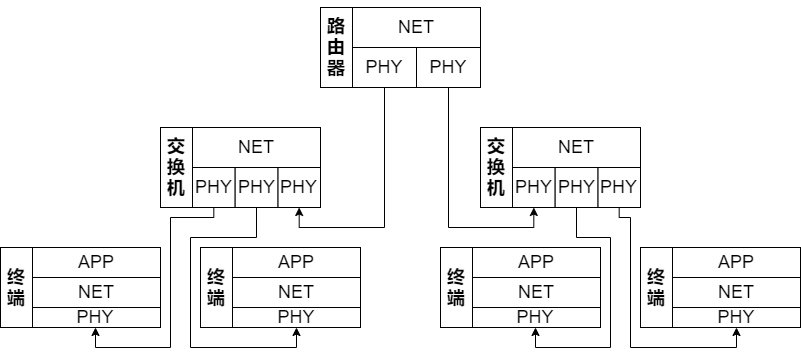
Above: Project1-MinNE/design/NetStructure.png in mrcaidev/computer-network-and-communication-technology (draw.io), before the change. Source tidied: cells renumbered, new cells last; positions are measured from the earlier drawing's top-left corner, leaving out a move shared by most shapes.
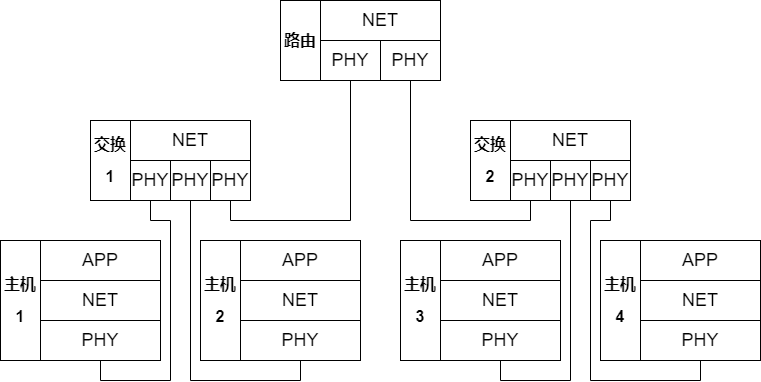
The same diagram one commit later.

Commit message:
:pencil: 更新网络拓扑图

The edit, as a diff of the source:
```diff
@@ -2,172 +2,163 @@
   <root>
     <mxCell id="0" />
     <mxCell id="1" parent="0" />
-    <mxCell id="2" style="group;" parent="1" vertex="1">
-      <mxGeometry x="320" width="160" height="80" as="geometry" />
-    </mxCell>
-    <mxCell id="3" value="&lt;font style=&quot;font-size: 18px&quot;&gt;NET&lt;/font&gt;" style="rounded=0;whiteSpace=wrap;html=1;" parent="2" vertex="1">
-      <mxGeometry x="32" width="128" height="40" as="geometry" />
-    </mxCell>
-    <mxCell id="4" value="&lt;font style=&quot;font-size: 18px&quot;&gt;PHY&lt;/font&gt;" style="rounded=0;whiteSpace=wrap;html=1;" parent="2" vertex="1">
-      <mxGeometry x="32" y="40" width="64" height="40" as="geometry" />
-    </mxCell>
-    <mxCell id="5" value="&lt;font style=&quot;font-size: 18px&quot;&gt;PHY&lt;/font&gt;" style="rounded=0;whiteSpace=wrap;html=1;" parent="2" vertex="1">
-      <mxGeometry x="96" y="40" width="64" height="40" as="geometry" />
-    </mxCell>
-    <mxCell id="6" value="&lt;h2 style=&quot;line-height: 1.2&quot;&gt;路由器&lt;/h2&gt;" style="rounded=0;whiteSpace=wrap;html=1;horizontal=1;verticalAlign=middle;" parent="2" vertex="1">
-      <mxGeometry width="32" height="80" as="geometry" />
-    </mxCell>
-    <mxCell id="7" style="group;" parent="1" vertex="1">
-      <mxGeometry x="160" y="120" width="160" height="80" as="geometry" />
-    </mxCell>
-    <mxCell id="8" value="&lt;font style=&quot;font-size: 18px&quot;&gt;NET&lt;/font&gt;" style="rounded=0;whiteSpace=wrap;html=1;" parent="7" vertex="1">
-      <mxGeometry x="32" width="128" height="40" as="geometry" />
-    </mxCell>
-    <mxCell id="9" value="&lt;font style=&quot;font-size: 18px&quot;&gt;PHY&lt;/font&gt;" style="rounded=0;whiteSpace=wrap;html=1;" parent="7" vertex="1">
-      <mxGeometry x="32" y="40" width="42.7" height="40" as="geometry" />
-    </mxCell>
-    <mxCell id="10" value="&lt;font style=&quot;font-size: 18px&quot;&gt;PHY&lt;/font&gt;" style="rounded=0;whiteSpace=wrap;html=1;" parent="7" vertex="1">
-      <mxGeometry x="117.3" y="40" width="42.7" height="40" as="geometry" />
-    </mxCell>
-    <mxCell id="11" value="&lt;h2 style=&quot;line-height: 1.2&quot;&gt;交换机&lt;/h2&gt;" style="rounded=0;whiteSpace=wrap;html=1;horizontal=1;verticalAlign=middle;" parent="7" vertex="1">
-      <mxGeometry width="32" height="80" as="geometry" />
-    </mxCell>
-    <mxCell id="12" value="&lt;font style=&quot;font-size: 18px&quot;&gt;PHY&lt;/font&gt;" style="rounded=0;whiteSpace=wrap;html=1;" parent="7" vertex="1">
-      <mxGeometry x="74.7" y="40" width="42.7" height="40" as="geometry" />
-    </mxCell>
-    <mxCell id="13" style="group;" parent="1" vertex="1">
-      <mxGeometry y="240" width="160" height="80" as="geometry" />
-    </mxCell>
+    <mxCell id="45" style="group;" parent="1" vertex="1">
+      <mxGeometry y="480" width="160" height="120" as="geometry" />
+    </mxCell>
-    <mxCell id="14" value="&lt;font style=&quot;font-size: 18px&quot;&gt;APP&lt;br&gt;&lt;/font&gt;" style="rounded=0;whiteSpace=wrap;html=1;" parent="13" vertex="1">
-      <mxGeometry x="32" width="128" height="30" as="geometry" />
+    <mxCell id="14" value="&lt;font style=&quot;font-size: 18px&quot;&gt;APP&lt;br&gt;&lt;/font&gt;" style="rounded=0;whiteSpace=wrap;html=1;" parent="45" vertex="1">
+      <mxGeometry x="40" width="120" height="40" as="geometry" />
     </mxCell>
-    <mxCell id="15" value="&lt;font style=&quot;font-size: 18px&quot;&gt;PHY&lt;/font&gt;" style="rounded=0;whiteSpace=wrap;html=1;" parent="13" vertex="1">
-      <mxGeometry x="30" y="60" width="130" height="20" as="geometry" />
+    <mxCell id="15" value="&lt;font style=&quot;font-size: 18px&quot;&gt;PHY&lt;/font&gt;" style="rounded=0;whiteSpace=wrap;html=1;" parent="45" vertex="1">
+      <mxGeometry x="40" y="80" width="120" height="40" as="geometry" />
     </mxCell>
-    <mxCell id="16" value="&lt;h2 style=&quot;line-height: 1.2&quot;&gt;终端&lt;/h2&gt;" style="rounded=0;whiteSpace=wrap;html=1;horizontal=1;verticalAlign=middle;" parent="13" vertex="1">
-      <mxGeometry width="32" height="80" as="geometry" />
+    <mxCell id="16" value="&lt;h2 style=&quot;line-height: 1.2 ; font-size: 16px&quot;&gt;主机&lt;/h2&gt;&lt;h2 style=&quot;line-height: 1.2 ; font-size: 16px&quot;&gt;&lt;b&gt;1&lt;/b&gt;&lt;/h2&gt;" style="rounded=0;whiteSpace=wrap;html=1;horizontal=1;verticalAlign=middle;" parent="45" vertex="1">
+      <mxGeometry width="40" height="120" as="geometry" />
     </mxCell>
-    <mxCell id="17" value="NET" style="rounded=0;whiteSpace=wrap;html=1;fontFamily=Helvetica;fontSize=18;gradientColor=none;verticalAlign=middle;" parent="13" vertex="1">
-      <mxGeometry x="32" y="30" width="128" height="30" as="geometry" />
+    <mxCell id="17" value="NET" style="rounded=0;whiteSpace=wrap;html=1;fontFamily=Helvetica;fontSize=18;gradientColor=none;verticalAlign=middle;" parent="45" vertex="1">
+      <mxGeometry x="40" y="40" width="120" height="40" as="geometry" />
     </mxCell>
-    <mxCell id="18" style="group;" parent="1" vertex="1">
-      <mxGeometry x="640" y="240" width="160" height="80" as="geometry" />
-    </mxCell>
-    <mxCell id="19" value="&lt;font style=&quot;font-size: 18px&quot;&gt;APP&lt;br&gt;&lt;/font&gt;" style="rounded=0;whiteSpace=wrap;html=1;" parent="18" vertex="1">
-      <mxGeometry x="32" width="128" height="30" as="geometry" />
-    </mxCell>
-    <mxCell id="20" value="&lt;font style=&quot;font-size: 18px&quot;&gt;PHY&lt;/font&gt;" style="rounded=0;whiteSpace=wrap;html=1;" parent="18" vertex="1">
-      <mxGeometry x="32" y="60" width="128" height="20" as="geometry" />
-    </mxCell>
-    <mxCell id="21" value="&lt;h2 style=&quot;line-height: 1.2&quot;&gt;终端&lt;/h2&gt;" style="rounded=0;whiteSpace=wrap;html=1;horizontal=1;verticalAlign=middle;" parent="18" vertex="1">
-      <mxGeometry width="32" height="80" as="geometry" />
-    </mxCell>
-    <mxCell id="22" value="NET" style="rounded=0;whiteSpace=wrap;html=1;fontFamily=Helvetica;fontSize=18;gradientColor=none;verticalAlign=middle;" parent="18" vertex="1">
-      <mxGeometry x="32" y="30" width="128" height="30" as="geometry" />
-    </mxCell>
-    <mxCell id="23" style="group;" parent="1" vertex="1">
-      <mxGeometry x="440" y="240" width="160" height="80" as="geometry" />
-    </mxCell>
-    <mxCell id="24" value="&lt;font style=&quot;font-size: 18px&quot;&gt;APP&lt;br&gt;&lt;/font&gt;" style="rounded=0;whiteSpace=wrap;html=1;" parent="23" vertex="1">
-      <mxGeometry x="32" width="128" height="30" as="geometry" />
-    </mxCell>
-    <mxCell id="25" value="&lt;font style=&quot;font-size: 18px&quot;&gt;PHY&lt;/font&gt;" style="rounded=0;whiteSpace=wrap;html=1;" parent="23" vertex="1">
-      <mxGeometry x="30" y="60" width="130" height="20" as="geometry" />
-    </mxCell>
-    <mxCell id="26" value="&lt;h2 style=&quot;line-height: 1.2&quot;&gt;终端&lt;/h2&gt;" style="rounded=0;whiteSpace=wrap;html=1;horizontal=1;verticalAlign=middle;" parent="23" vertex="1">
-      <mxGeometry width="32" height="80" as="geometry" />
-    </mxCell>
-    <mxCell id="27" value="NET" style="rounded=0;whiteSpace=wrap;html=1;fontFamily=Helvetica;fontSize=18;gradientColor=none;verticalAlign=middle;" parent="23" vertex="1">
-      <mxGeometry x="32" y="30" width="128" height="30" as="geometry" />
-    </mxCell>
-    <mxCell id="28" style="group;" parent="1" vertex="1">
-      <mxGeometry x="200" y="240" width="160" height="80" as="geometry" />
-    </mxCell>
-    <mxCell id="29" value="&lt;font style=&quot;font-size: 18px&quot;&gt;APP&lt;br&gt;&lt;/font&gt;" style="rounded=0;whiteSpace=wrap;html=1;" parent="28" vertex="1">
-      <mxGeometry x="32" width="128" height="30" as="geometry" />
-    </mxCell>
-    <mxCell id="30" value="&lt;font style=&quot;font-size: 18px&quot;&gt;PHY&lt;/font&gt;" style="rounded=0;whiteSpace=wrap;html=1;" parent="28" vertex="1">
-      <mxGeometry x="32" y="60" width="128" height="20" as="geometry" />
-    </mxCell>
-    <mxCell id="31" value="&lt;h2 style=&quot;line-height: 1.2&quot;&gt;终端&lt;/h2&gt;" style="rounded=0;whiteSpace=wrap;html=1;horizontal=1;verticalAlign=middle;" parent="28" vertex="1">
-      <mxGeometry width="32" height="80" as="geometry" />
-    </mxCell>
-    <mxCell id="32" value="NET" style="rounded=0;whiteSpace=wrap;html=1;fontFamily=Helvetica;fontSize=18;gradientColor=none;verticalAlign=middle;" parent="28" vertex="1">
-      <mxGeometry x="32" y="30" width="128" height="30" as="geometry" />
-    </mxCell>
-    <mxCell id="33" style="group;" parent="1" vertex="1">
-      <mxGeometry x="480" y="120" width="160" height="80" as="geometry" />
-    </mxCell>
-    <mxCell id="34" value="&lt;font style=&quot;font-size: 18px&quot;&gt;NET&lt;/font&gt;" style="rounded=0;whiteSpace=wrap;html=1;" parent="33" vertex="1">
-      <mxGeometry x="32" width="128" height="40" as="geometry" />
-    </mxCell>
-    <mxCell id="35" value="&lt;font style=&quot;font-size: 18px&quot;&gt;PHY&lt;/font&gt;" style="rounded=0;whiteSpace=wrap;html=1;" parent="33" vertex="1">
-      <mxGeometry x="32" y="40" width="42.7" height="40" as="geometry" />
-    </mxCell>
-    <mxCell id="36" value="&lt;font style=&quot;font-size: 18px&quot;&gt;PHY&lt;/font&gt;" style="rounded=0;whiteSpace=wrap;html=1;" parent="33" vertex="1">
-      <mxGeometry x="117.3" y="40" width="42.7" height="40" as="geometry" />
-    </mxCell>
-    <mxCell id="37" value="&lt;h2 style=&quot;line-height: 1.2&quot;&gt;交换机&lt;/h2&gt;" style="rounded=0;whiteSpace=wrap;html=1;horizontal=1;verticalAlign=middle;" parent="33" vertex="1">
-      <mxGeometry width="32" height="80" as="geometry" />
-    </mxCell>
-    <mxCell id="38" value="&lt;font style=&quot;font-size: 18px&quot;&gt;PHY&lt;/font&gt;" style="rounded=0;whiteSpace=wrap;html=1;" parent="33" vertex="1">
-      <mxGeometry x="74.7" y="40" width="42.7" height="40" as="geometry" />
-    </mxCell>
-    <mxCell id="39" style="edgeStyle=orthogonalEdgeStyle;rounded=0;jettySize=auto;html=1;exitX=0.5;exitY=1;exitDx=0;exitDy=0;entryX=0.5;entryY=1;entryDx=0;entryDy=0;fontFamily=Helvetica;fontSize=18;" parent="1" edge="1" source="4" target="10">
-      <mxGeometry relative="1" as="geometry">
-        <Array as="points">
-          <mxPoint x="384" y="220" />
-          <mxPoint x="299" y="220" />
-        </Array>
-      </mxGeometry>
-    </mxCell>
-    <mxCell id="40" style="edgeStyle=orthogonalEdgeStyle;rounded=0;jettySize=auto;html=1;exitX=0.5;exitY=1;exitDx=0;exitDy=0;entryX=0.5;entryY=1;entryDx=0;entryDy=0;fontFamily=Helvetica;fontSize=18;" parent="1" edge="1" source="5" target="35">
-      <mxGeometry relative="1" as="geometry">
-        <Array as="points">
-          <mxPoint x="448" y="220" />
-          <mxPoint x="533" y="220" />
-        </Array>
-      </mxGeometry>
-    </mxCell>
-    <mxCell id="41" style="edgeStyle=orthogonalEdgeStyle;rounded=0;jettySize=auto;html=1;exitX=0.5;exitY=1;exitDx=0;exitDy=0;entryX=0.5;entryY=1;entryDx=0;entryDy=0;fontFamily=Helvetica;fontSize=18;" parent="1" edge="1" source="36" target="20">
-      <mxGeometry relative="1" as="geometry">
-        <Array as="points">
-          <mxPoint x="619" y="210" />
-          <mxPoint x="630" y="210" />
-          <mxPoint x="630" y="340" />
-          <mxPoint x="736" y="340" />
-        </Array>
-      </mxGeometry>
-    </mxCell>
-    <mxCell id="42" style="edgeStyle=orthogonalEdgeStyle;rounded=0;jettySize=auto;html=1;exitX=0.5;exitY=1;exitDx=0;exitDy=0;entryX=0.5;entryY=1;entryDx=0;entryDy=0;fontFamily=Helvetica;fontSize=18;" parent="1" edge="1" source="38" target="25">
-      <mxGeometry relative="1" as="geometry">
-        <Array as="points">
-          <mxPoint x="576" y="230" />
-          <mxPoint x="610" y="230" />
-          <mxPoint x="610" y="340" />
-          <mxPoint x="535" y="340" />
-        </Array>
-      </mxGeometry>
-    </mxCell>
-    <mxCell id="43" style="edgeStyle=orthogonalEdgeStyle;rounded=0;jettySize=auto;html=1;exitX=0.5;exitY=1;exitDx=0;exitDy=0;entryX=0.5;entryY=1;entryDx=0;entryDy=0;fontFamily=Helvetica;fontSize=18;" parent="1" edge="1" source="12" target="30">
-      <mxGeometry relative="1" as="geometry">
-        <Array as="points">
-          <mxPoint x="256" y="230" />
-          <mxPoint x="190" y="230" />
-          <mxPoint x="190" y="340" />
-          <mxPoint x="296" y="340" />
-        </Array>
-      </mxGeometry>
-    </mxCell>
-    <mxCell id="44" style="edgeStyle=orthogonalEdgeStyle;rounded=0;jettySize=auto;html=1;exitX=0.5;exitY=1;exitDx=0;exitDy=0;entryX=0.5;entryY=1;entryDx=0;entryDy=0;fontFamily=Helvetica;fontSize=18;" parent="1" edge="1" source="9" target="15">
-      <mxGeometry relative="1" as="geometry">
-        <Array as="points">
-          <mxPoint x="213" y="210" />
-          <mxPoint x="170" y="210" />
-          <mxPoint x="170" y="340" />
-          <mxPoint x="95" y="340" />
-        </Array>
-      </mxGeometry>
-    </mxCell>
+    <mxCell id="46" style="group;" parent="1" vertex="1">
+      <mxGeometry x="200" y="480" width="160" height="120" as="geometry" />
+    </mxCell>
+    <mxCell id="47" value="&lt;font style=&quot;font-size: 18px&quot;&gt;APP&lt;br&gt;&lt;/font&gt;" style="rounded=0;whiteSpace=wrap;html=1;" parent="46" vertex="1">
+      <mxGeometry x="40" width="120" height="40" as="geometry" />
+    </mxCell>
+    <mxCell id="48" value="&lt;font style=&quot;font-size: 18px&quot;&gt;PHY&lt;/font&gt;" style="rounded=0;whiteSpace=wrap;html=1;" parent="46" vertex="1">
+      <mxGeometry x="40" y="80" width="120" height="40" as="geometry" />
+    </mxCell>
+    <mxCell id="49" value="&lt;h2 style=&quot;line-height: 1.2 ; font-size: 16px&quot;&gt;主机&lt;/h2&gt;&lt;h2 style=&quot;line-height: 1.2 ; font-size: 16px&quot;&gt;2&lt;/h2&gt;" style="rounded=0;whiteSpace=wrap;html=1;horizontal=1;verticalAlign=middle;" parent="46" vertex="1">
+      <mxGeometry width="40" height="120" as="geometry" />
+    </mxCell>
+    <mxCell id="50" value="NET" style="rounded=0;whiteSpace=wrap;html=1;fontFamily=Helvetica;fontSize=18;gradientColor=none;verticalAlign=middle;" parent="46" vertex="1">
+      <mxGeometry x="40" y="40" width="120" height="40" as="geometry" />
+    </mxCell>
+    <mxCell id="51" style="group;" parent="1" vertex="1">
+      <mxGeometry x="400" y="480" width="160" height="120" as="geometry" />
+    </mxCell>
+    <mxCell id="52" value="&lt;font style=&quot;font-size: 18px&quot;&gt;APP&lt;br&gt;&lt;/font&gt;" style="rounded=0;whiteSpace=wrap;html=1;" parent="51" vertex="1">
+      <mxGeometry x="40" width="120" height="40" as="geometry" />
+    </mxCell>
+    <mxCell id="53" value="&lt;font style=&quot;font-size: 18px&quot;&gt;PHY&lt;/font&gt;" style="rounded=0;whiteSpace=wrap;html=1;" parent="51" vertex="1">
+      <mxGeometry x="40" y="80" width="120" height="40" as="geometry" />
+    </mxCell>
+    <mxCell id="54" value="&lt;h2 style=&quot;line-height: 1.2 ; font-size: 16px&quot;&gt;主机&lt;/h2&gt;&lt;h2 style=&quot;line-height: 1.2 ; font-size: 16px&quot;&gt;3&lt;/h2&gt;" style="rounded=0;whiteSpace=wrap;html=1;horizontal=1;verticalAlign=middle;" parent="51" vertex="1">
+      <mxGeometry width="40" height="120" as="geometry" />
+    </mxCell>
+    <mxCell id="55" value="NET" style="rounded=0;whiteSpace=wrap;html=1;fontFamily=Helvetica;fontSize=18;gradientColor=none;verticalAlign=middle;" parent="51" vertex="1">
+      <mxGeometry x="40" y="40" width="120" height="40" as="geometry" />
+    </mxCell>
+    <mxCell id="56" style="group;" parent="1" vertex="1">
+      <mxGeometry x="600" y="480" width="160" height="120" as="geometry" />
+    </mxCell>
+    <mxCell id="57" value="&lt;font style=&quot;font-size: 18px&quot;&gt;APP&lt;br&gt;&lt;/font&gt;" style="rounded=0;whiteSpace=wrap;html=1;" parent="56" vertex="1">
+      <mxGeometry x="40" width="120" height="40" as="geometry" />
+    </mxCell>
+    <mxCell id="58" value="&lt;font style=&quot;font-size: 18px&quot;&gt;PHY&lt;/font&gt;" style="rounded=0;whiteSpace=wrap;html=1;" parent="56" vertex="1">
+      <mxGeometry x="40" y="80" width="120" height="40" as="geometry" />
+    </mxCell>
+    <mxCell id="59" value="&lt;h2 style=&quot;line-height: 1.2 ; font-size: 16px&quot;&gt;主机&lt;/h2&gt;&lt;h2 style=&quot;line-height: 1.2 ; font-size: 16px&quot;&gt;&lt;font style=&quot;font-size: 16px&quot;&gt;4&lt;/font&gt;&lt;/h2&gt;" style="rounded=0;whiteSpace=wrap;html=1;horizontal=1;verticalAlign=middle;" parent="56" vertex="1">
+      <mxGeometry width="40" height="120" as="geometry" />
+    </mxCell>
+    <mxCell id="60" value="NET" style="rounded=0;whiteSpace=wrap;html=1;fontFamily=Helvetica;fontSize=18;gradientColor=none;verticalAlign=middle;" parent="56" vertex="1">
+      <mxGeometry x="40" y="40" width="120" height="40" as="geometry" />
+    </mxCell>
+    <mxCell id="61" style="group;" parent="1" vertex="1">
+      <mxGeometry x="90" y="360" width="160" height="80" as="geometry" />
+    </mxCell>
+    <mxCell id="62" value="&lt;font style=&quot;font-size: 18px&quot;&gt;PHY&lt;/font&gt;" style="rounded=0;whiteSpace=wrap;html=1;" parent="61" vertex="1">
+      <mxGeometry x="40" y="40" width="40" height="40" as="geometry" />
+    </mxCell>
+    <mxCell id="63" value="&lt;p style=&quot;line-height: 100%&quot;&gt;&lt;/p&gt;&lt;h2 style=&quot;line-height: 1.2 ; font-size: 16px&quot;&gt;&lt;font style=&quot;font-size: 16px&quot;&gt;交&lt;/font&gt;换&lt;/h2&gt;&lt;h2 style=&quot;line-height: 1.2 ; font-size: 16px&quot;&gt;&lt;b&gt;1&lt;/b&gt;&lt;/h2&gt;&lt;p&gt;&lt;/p&gt;" style="rounded=0;whiteSpace=wrap;html=1;horizontal=1;verticalAlign=middle;" parent="61" vertex="1">
+      <mxGeometry width="40" height="80" as="geometry" />
+    </mxCell>
+    <mxCell id="64" value="NET" style="rounded=0;whiteSpace=wrap;html=1;fontFamily=Helvetica;fontSize=18;gradientColor=none;verticalAlign=middle;" parent="61" vertex="1">
+      <mxGeometry x="40" width="120" height="40" as="geometry" />
+    </mxCell>
+    <mxCell id="65" value="&lt;font style=&quot;font-size: 18px&quot;&gt;PHY&lt;/font&gt;" style="rounded=0;whiteSpace=wrap;html=1;" parent="61" vertex="1">
+      <mxGeometry x="120" y="40" width="40" height="40" as="geometry" />
+    </mxCell>
+    <mxCell id="66" value="&lt;font style=&quot;font-size: 18px&quot;&gt;PHY&lt;/font&gt;" style="rounded=0;whiteSpace=wrap;html=1;" parent="61" vertex="1">
+      <mxGeometry x="80" y="40" width="40" height="40" as="geometry" />
+    </mxCell>
+    <mxCell id="67" style="group;" parent="1" vertex="1">
+      <mxGeometry x="470" y="360" width="160" height="80" as="geometry" />
+    </mxCell>
+    <mxCell id="68" value="&lt;font style=&quot;font-size: 18px&quot;&gt;PHY&lt;/font&gt;" style="rounded=0;whiteSpace=wrap;html=1;" parent="67" vertex="1">
+      <mxGeometry x="80" y="40" width="40" height="40" as="geometry" />
+    </mxCell>
+    <mxCell id="69" value="&lt;p style=&quot;line-height: 100%&quot;&gt;&lt;/p&gt;&lt;h2 style=&quot;line-height: 1.2 ; font-size: 16px&quot;&gt;&lt;font style=&quot;font-size: 16px&quot;&gt;交&lt;/font&gt;换&lt;/h2&gt;&lt;h2 style=&quot;line-height: 1.2 ; font-size: 16px&quot;&gt;2&lt;/h2&gt;&lt;p&gt;&lt;/p&gt;" style="rounded=0;whiteSpace=wrap;html=1;horizontal=1;verticalAlign=middle;" parent="67" vertex="1">
+      <mxGeometry width="40" height="80" as="geometry" />
+    </mxCell>
+    <mxCell id="70" value="NET" style="rounded=0;whiteSpace=wrap;html=1;fontFamily=Helvetica;fontSize=18;gradientColor=none;verticalAlign=middle;" parent="67" vertex="1">
+      <mxGeometry x="40" width="120" height="40" as="geometry" />
+    </mxCell>
+    <mxCell id="71" value="&lt;font style=&quot;font-size: 18px&quot;&gt;PHY&lt;/font&gt;" style="rounded=0;whiteSpace=wrap;html=1;" parent="67" vertex="1">
+      <mxGeometry x="120" y="40" width="40" height="40" as="geometry" />
+    </mxCell>
+    <mxCell id="72" value="&lt;font style=&quot;font-size: 18px&quot;&gt;PHY&lt;/font&gt;" style="rounded=0;whiteSpace=wrap;html=1;" parent="67" vertex="1">
+      <mxGeometry x="40" y="40" width="40" height="40" as="geometry" />
+    </mxCell>
+    <mxCell id="73" style="group;" parent="1" vertex="1">
+      <mxGeometry x="280" y="240" width="160" height="80" as="geometry" />
+    </mxCell>
+    <mxCell id="74" value="&lt;font style=&quot;font-size: 18px&quot;&gt;PHY&lt;/font&gt;" style="rounded=0;whiteSpace=wrap;html=1;" parent="73" vertex="1">
+      <mxGeometry x="40" y="40" width="60" height="40" as="geometry" />
+    </mxCell>
+    <mxCell id="75" value="&lt;p style=&quot;line-height: 100%&quot;&gt;&lt;/p&gt;&lt;h2 style=&quot;line-height: 1.2 ; font-size: 16px&quot;&gt;路由&lt;/h2&gt;&lt;p&gt;&lt;/p&gt;" style="rounded=0;whiteSpace=wrap;html=1;horizontal=1;verticalAlign=middle;" parent="73" vertex="1">
+      <mxGeometry width="40" height="80" as="geometry" />
+    </mxCell>
+    <mxCell id="76" value="NET" style="rounded=0;whiteSpace=wrap;html=1;fontFamily=Helvetica;fontSize=18;gradientColor=none;verticalAlign=middle;" parent="73" vertex="1">
+      <mxGeometry x="40" width="120" height="40" as="geometry" />
+    </mxCell>
+    <mxCell id="77" value="&lt;font style=&quot;font-size: 18px&quot;&gt;PHY&lt;/font&gt;" style="rounded=0;whiteSpace=wrap;html=1;" parent="73" vertex="1">
+      <mxGeometry x="100" y="40" width="60" height="40" as="geometry" />
+    </mxCell>
+    <mxCell id="78" style="edgeStyle=orthogonalEdgeStyle;rounded=0;jettySize=auto;html=1;exitX=0.5;exitY=1;exitDx=0;exitDy=0;entryX=0.5;entryY=1;entryDx=0;entryDy=0;endArrow=none;endFill=0;" parent="1" edge="1" source="62" target="15">
+      <mxGeometry relative="1" as="geometry">
+        <Array as="points">
+          <mxPoint x="150" y="460" />
+          <mxPoint x="170" y="460" />
+          <mxPoint x="170" y="620" />
+          <mxPoint x="100" y="620" />
+        </Array>
+      </mxGeometry>
+    </mxCell>
+    <mxCell id="79" style="edgeStyle=orthogonalEdgeStyle;rounded=0;jettySize=auto;html=1;exitX=0.5;exitY=1;exitDx=0;exitDy=0;entryX=0.5;entryY=1;entryDx=0;entryDy=0;endArrow=none;endFill=0;" parent="1" edge="1" source="68" target="53">
+      <mxGeometry relative="1" as="geometry">
+        <Array as="points">
+          <mxPoint x="570" y="620" />
+          <mxPoint x="500" y="620" />
+        </Array>
+      </mxGeometry>
+    </mxCell>
+    <mxCell id="80" style="edgeStyle=orthogonalEdgeStyle;rounded=0;jettySize=auto;html=1;exitX=0.5;exitY=1;exitDx=0;exitDy=0;entryX=0.5;entryY=1;entryDx=0;entryDy=0;endArrow=none;endFill=0;" parent="1" edge="1" source="71" target="58">
+      <mxGeometry relative="1" as="geometry">
+        <Array as="points">
+          <mxPoint x="610" y="460" />
+          <mxPoint x="590" y="460" />
+          <mxPoint x="590" y="620" />
+          <mxPoint x="700" y="620" />
+        </Array>
+      </mxGeometry>
+    </mxCell>
+    <mxCell id="81" style="edgeStyle=orthogonalEdgeStyle;rounded=0;jettySize=auto;html=1;exitX=0.5;exitY=1;exitDx=0;exitDy=0;entryX=0.5;entryY=1;entryDx=0;entryDy=0;endArrow=none;endFill=0;" parent="1" edge="1" source="66" target="48">
+      <mxGeometry relative="1" as="geometry" />
+    </mxCell>
+    <mxCell id="82" style="edgeStyle=orthogonalEdgeStyle;rounded=0;jettySize=auto;html=1;exitX=0.5;exitY=1;exitDx=0;exitDy=0;entryX=0.5;entryY=1;entryDx=0;entryDy=0;endArrow=none;endFill=0;" parent="1" edge="1" source="74" target="65">
+      <mxGeometry relative="1" as="geometry">
+        <Array as="points">
+          <mxPoint x="350" y="460" />
+          <mxPoint x="230" y="460" />
+        </Array>
+      </mxGeometry>
+    </mxCell>
+    <mxCell id="83" style="edgeStyle=orthogonalEdgeStyle;rounded=0;jettySize=auto;html=1;exitX=0.5;exitY=1;exitDx=0;exitDy=0;endArrow=none;endFill=0;entryX=0.5;entryY=1;entryDx=0;entryDy=0;" parent="1" edge="1" source="77" target="72">
+      <mxGeometry relative="1" as="geometry">
+        <Array as="points">
+          <mxPoint x="410" y="460" />
+          <mxPoint x="530" y="460" />
+        </Array>
+      </mxGeometry>
+    </mxCell>
   </root>
 </mxGraphModel>
```
